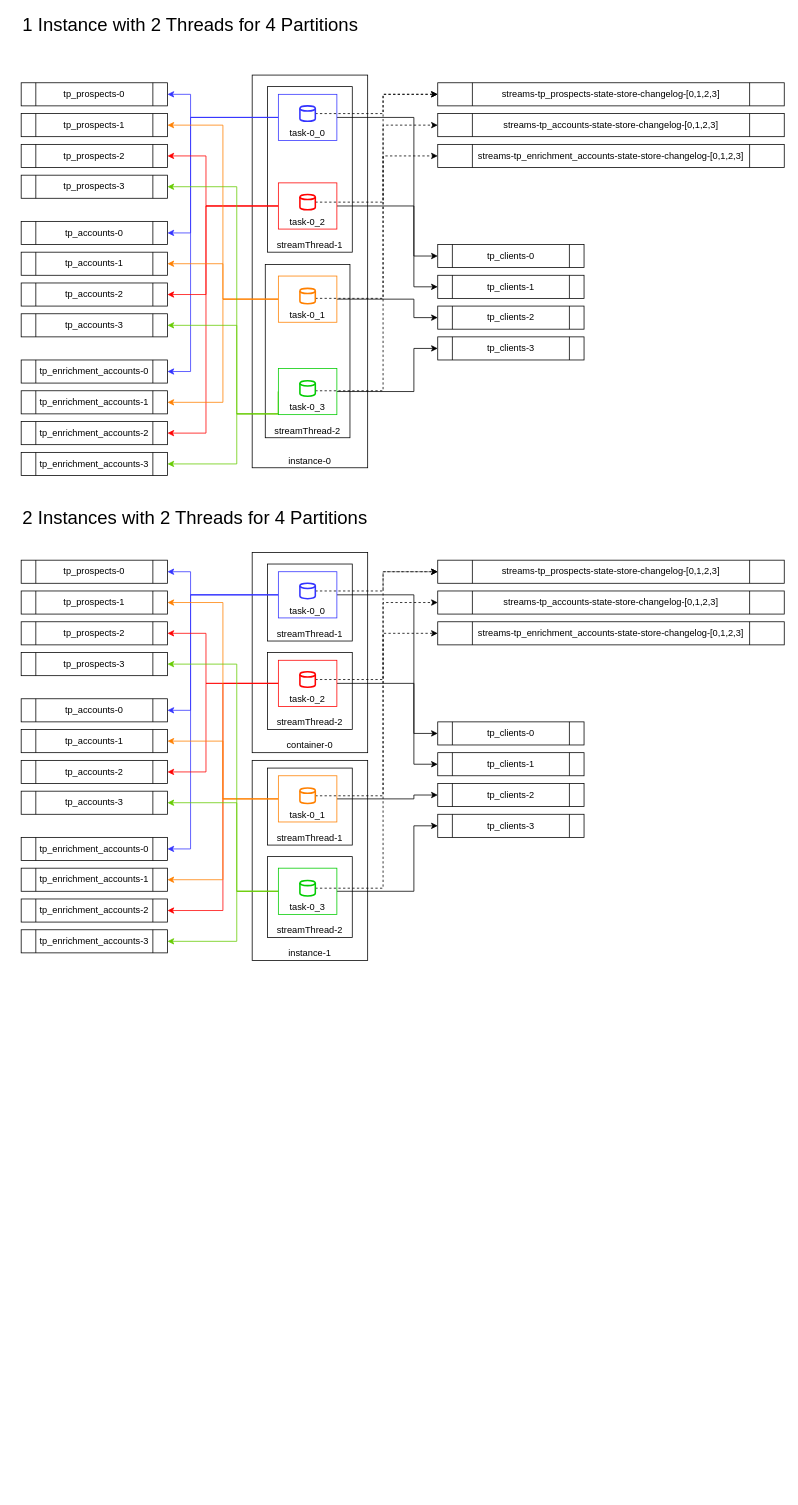
Before: docs/kafka-streams.drawio in augustoximenes/spring-cloud-streams_kafka-streams, a draw.io diagram. Source tidied: cells renumbered, new cells numbered last; positions are measured from the earlier drawing's top-left corner, leaving out a move shared by most shapes. Both pictures are drawn from the tidied source at 77%, with x=0, y=0 at pixel (21, 13).
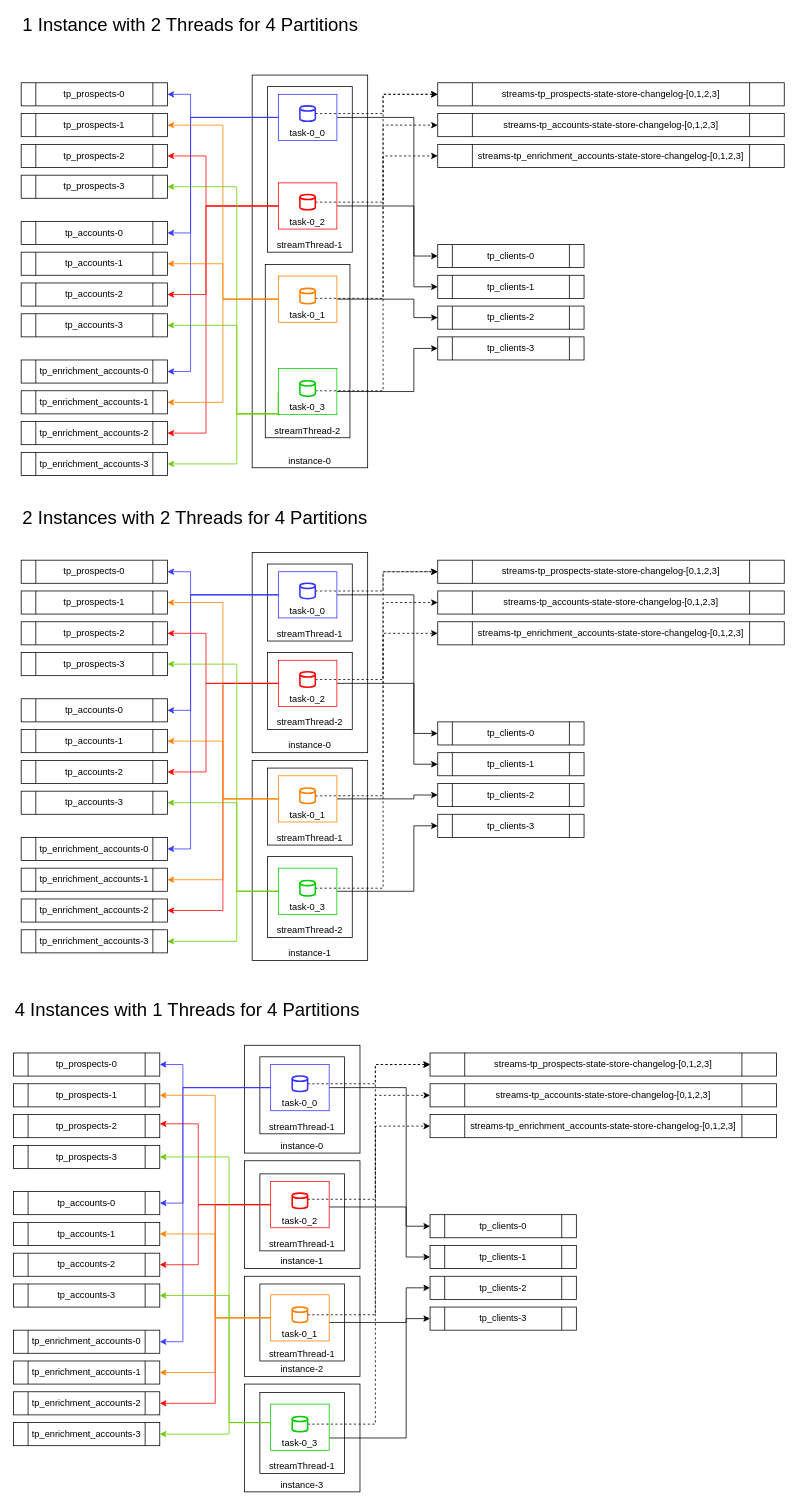
After the change.

Commit message (it also covers changes not shown here):
4 Instances with 1 Thread for 4 Partitions configured

The edit, as a diff of the source:
```diff
@@
+    <mxCell id="107" value="instance-3" style="rounded=0;whiteSpace=wrap;html=1;verticalAlign=bottom;" parent="1" vertex="1">
+      <mxGeometry x="290" y="1780" width="150" height="140" as="geometry" />
+    </mxCell>
+    <mxCell id="108" value="instance-1" style="rounded=0;whiteSpace=wrap;html=1;verticalAlign=bottom;" parent="1" vertex="1">
+      <mxGeometry x="290" y="1490" width="150" height="140" as="geometry" />
+    </mxCell>
@@
-    <mxCell id="64" value="container-0" style="rounded=0;whiteSpace=wrap;html=1;verticalAlign=bottom;" parent="1" vertex="1">
+    <mxCell id="64" value="instance-0" style="rounded=0;whiteSpace=wrap;html=1;verticalAlign=bottom;" parent="1" vertex="1">
       <mxGeometry x="300" y="700" width="150" height="260" as="geometry" />
     </mxCell>
@@
+    <mxCell id="109" value="tp_prospects-0" style="shape=process;whiteSpace=wrap;html=1;backgroundOutline=1;" parent="1" vertex="1">
+      <mxGeometry x="-10" y="1350" width="190" height="30" as="geometry" />
+    </mxCell>
+    <mxCell id="110" value="tp_prospects-1" style="shape=process;whiteSpace=wrap;html=1;backgroundOutline=1;" parent="1" vertex="1">
+      <mxGeometry x="-10" y="1390" width="190" height="30" as="geometry" />
+    </mxCell>
+    <mxCell id="111" value="tp_prospects-2" style="shape=process;whiteSpace=wrap;html=1;backgroundOutline=1;" parent="1" vertex="1">
+      <mxGeometry x="-10" y="1430" width="190" height="30" as="geometry" />
+    </mxCell>
+    <mxCell id="112" value="tp_prospects-3" style="shape=process;whiteSpace=wrap;html=1;backgroundOutline=1;" parent="1" vertex="1">
+      <mxGeometry x="-10" y="1470" width="190" height="30" as="geometry" />
+    </mxCell>
+    <mxCell id="113" value="tp_accounts-0" style="shape=process;whiteSpace=wrap;html=1;backgroundOutline=1;" parent="1" vertex="1">
+      <mxGeometry x="-10" y="1530" width="190" height="30" as="geometry" />
+    </mxCell>
+    <mxCell id="114" value="tp_accounts-1" style="shape=process;whiteSpace=wrap;html=1;backgroundOutline=1;" parent="1" vertex="1">
+      <mxGeometry x="-10" y="1570" width="190" height="30" as="geometry" />
+    </mxCell>
+    <mxCell id="115" value="tp_accounts-2" style="shape=process;whiteSpace=wrap;html=1;backgroundOutline=1;" parent="1" vertex="1">
+      <mxGeometry x="-10" y="1610" width="190" height="30" as="geometry" />
+    </mxCell>
+    <mxCell id="116" value="tp_accounts-3" style="shape=process;whiteSpace=wrap;html=1;backgroundOutline=1;" parent="1" vertex="1">
+      <mxGeometry x="-10" y="1650" width="190" height="30" as="geometry" />
+    </mxCell>
+    <mxCell id="117" value="tp_enrichment_accounts-0" style="shape=process;whiteSpace=wrap;html=1;backgroundOutline=1;" parent="1" vertex="1">
+      <mxGeometry x="-10" y="1710" width="190" height="30" as="geometry" />
+    </mxCell>
+    <mxCell id="118" value="tp_enrichment_accounts-1" style="shape=process;whiteSpace=wrap;html=1;backgroundOutline=1;" parent="1" vertex="1">
+      <mxGeometry x="-10" y="1750" width="190" height="30" as="geometry" />
+    </mxCell>
+    <mxCell id="119" value="tp_enrichment_accounts-2" style="shape=process;whiteSpace=wrap;html=1;backgroundOutline=1;" parent="1" vertex="1">
+      <mxGeometry x="-10" y="1790" width="190" height="30" as="geometry" />
+    </mxCell>
+    <mxCell id="120" value="tp_enrichment_accounts-3" style="shape=process;whiteSpace=wrap;html=1;backgroundOutline=1;" parent="1" vertex="1">
+      <mxGeometry x="-10" y="1830" width="190" height="30" as="geometry" />
+    </mxCell>
+    <mxCell id="121" value="instance-0" style="rounded=0;whiteSpace=wrap;html=1;verticalAlign=bottom;" parent="1" vertex="1">
+      <mxGeometry x="290" y="1340" width="150" height="140" as="geometry" />
+    </mxCell>
+    <mxCell id="122" value="streamThread-1" style="rounded=0;whiteSpace=wrap;html=1;verticalAlign=bottom;" parent="1" vertex="1">
+      <mxGeometry x="310" y="1355" width="110" height="100" as="geometry" />
+    </mxCell>
+    <mxCell id="123" style="edgeStyle=orthogonalEdgeStyle;rounded=0;jettySize=auto;html=1;entryX=1;entryY=0.5;entryDx=0;entryDy=0;strokeColor=#3333FF;exitX=0;exitY=0.5;exitDx=0;exitDy=0;" parent="1" edge="1" source="127" target="109">
+      <mxGeometry relative="1" as="geometry">
+        <Array as="points">
+          <mxPoint x="210" y="1395" />
+          <mxPoint x="210" y="1365" />
+        </Array>
+      </mxGeometry>
+    </mxCell>
+    <mxCell id="124" style="edgeStyle=orthogonalEdgeStyle;rounded=0;jettySize=auto;html=1;entryX=1;entryY=0.5;entryDx=0;entryDy=0;strokeColor=#3333FF;exitX=0;exitY=0.5;exitDx=0;exitDy=0;" parent="1" edge="1" source="127" target="113">
+      <mxGeometry relative="1" as="geometry">
+        <Array as="points">
+          <mxPoint x="210" y="1395" />
+          <mxPoint x="210" y="1545" />
+        </Array>
+      </mxGeometry>
+    </mxCell>
+    <mxCell id="125" style="edgeStyle=orthogonalEdgeStyle;rounded=0;jettySize=auto;html=1;entryX=1;entryY=0.5;entryDx=0;entryDy=0;strokeColor=#3333FF;exitX=0;exitY=0.5;exitDx=0;exitDy=0;" parent="1" edge="1" source="127" target="117">
+      <mxGeometry relative="1" as="geometry">
+        <Array as="points">
+          <mxPoint x="210" y="1395" />
+          <mxPoint x="210" y="1725" />
+        </Array>
+      </mxGeometry>
+    </mxCell>
+    <mxCell id="126" style="edgeStyle=orthogonalEdgeStyle;rounded=0;jettySize=auto;html=1;entryX=0;entryY=0.5;entryDx=0;entryDy=0;fontColor=#0000CC;strokeColor=#000000;" parent="1" edge="1" source="127" target="147">
+      <mxGeometry relative="1" as="geometry">
+        <Array as="points">
+          <mxPoint x="500" y="1395" />
+          <mxPoint x="500" y="1575" />
+        </Array>
+      </mxGeometry>
+    </mxCell>
+    <mxCell id="127" value="task-0_0" style="rounded=0;whiteSpace=wrap;html=1;verticalAlign=bottom;strokeColor=#3333FF;" parent="1" vertex="1">
+      <mxGeometry x="324" y="1365" width="76" height="60" as="geometry" />
+    </mxCell>
+    <mxCell id="128" value="streamThread-1" style="rounded=0;whiteSpace=wrap;html=1;verticalAlign=bottom;" parent="1" vertex="1">
+      <mxGeometry x="310" y="1507" width="110" height="100" as="geometry" />
+    </mxCell>
+    <mxCell id="129" style="edgeStyle=orthogonalEdgeStyle;rounded=0;orthogonalLoop=1;jettySize=auto;html=1;entryX=1;entryY=0.5;entryDx=0;entryDy=0;fontColor=#0000CC;strokeColor=#FF0000;exitX=0;exitY=0.5;exitDx=0;exitDy=0;" parent="1" edge="1">
+      <mxGeometry relative="1" as="geometry">
+        <mxPoint x="324" y="1544" as="sourcePoint" />
+        <mxPoint x="180" y="1442" as="targetPoint" />
+        <Array as="points">
+          <mxPoint x="324" y="1547" />
+          <mxPoint x="230" y="1547" />
+          <mxPoint x="230" y="1442" />
+        </Array>
+      </mxGeometry>
+    </mxCell>
+    <mxCell id="130" style="edgeStyle=orthogonalEdgeStyle;rounded=0;jettySize=auto;html=1;entryX=1;entryY=0.5;entryDx=0;entryDy=0;fontColor=#0000CC;strokeColor=#FF0000;exitX=0;exitY=0.5;exitDx=0;exitDy=0;" parent="1" edge="1" source="133" target="115">
+      <mxGeometry relative="1" as="geometry">
+        <Array as="points">
+          <mxPoint x="230" y="1547" />
+          <mxPoint x="230" y="1625" />
+        </Array>
+      </mxGeometry>
+    </mxCell>
+    <mxCell id="131" style="edgeStyle=orthogonalEdgeStyle;rounded=0;jettySize=auto;html=1;entryX=0;entryY=0.5;entryDx=0;entryDy=0;fontColor=#0000CC;strokeColor=#000000;" parent="1" edge="1" source="133" target="148">
+      <mxGeometry relative="1" as="geometry">
+        <Array as="points">
+          <mxPoint x="500" y="1550" />
+          <mxPoint x="500" y="1615" />
+        </Array>
+      </mxGeometry>
+    </mxCell>
+    <mxCell id="132" style="edgeStyle=orthogonalEdgeStyle;rounded=0;jettySize=auto;html=1;entryX=1;entryY=0.5;entryDx=0;entryDy=0;fontSize=24;strokeColor=#FF0000;" parent="1" edge="1" source="133" target="119">
+      <mxGeometry relative="1" as="geometry" />
+    </mxCell>
+    <mxCell id="133" value="task-0_2" style="rounded=0;whiteSpace=wrap;html=1;verticalAlign=bottom;strokeColor=#FF0000;" parent="1" vertex="1">
+      <mxGeometry x="324" y="1517" width="76" height="60" as="geometry" />
+    </mxCell>
+    <mxCell id="134" value="instance-2" style="rounded=0;whiteSpace=wrap;html=1;verticalAlign=bottom;" parent="1" vertex="1">
+      <mxGeometry x="290" y="1640" width="150" height="130" as="geometry" />
+    </mxCell>
+    <mxCell id="135" value="streamThread-1" style="rounded=0;whiteSpace=wrap;html=1;verticalAlign=bottom;" parent="1" vertex="1">
+      <mxGeometry x="310" y="1650" width="110" height="100" as="geometry" />
+    </mxCell>
+    <mxCell id="136" style="edgeStyle=orthogonalEdgeStyle;rounded=0;jettySize=auto;html=1;entryX=1;entryY=0.5;entryDx=0;entryDy=0;fontColor=#0000CC;strokeColor=#FF8000;" parent="1" edge="1" source="140" target="110">
+      <mxGeometry relative="1" as="geometry" />
+    </mxCell>
+    <mxCell id="137" style="edgeStyle=orthogonalEdgeStyle;rounded=0;jettySize=auto;html=1;entryX=1;entryY=0.5;entryDx=0;entryDy=0;fontColor=#0000CC;strokeColor=#FF8000;" parent="1" edge="1" source="140" target="114">
+      <mxGeometry relative="1" as="geometry" />
+    </mxCell>
+    <mxCell id="138" style="edgeStyle=orthogonalEdgeStyle;rounded=0;jettySize=auto;html=1;entryX=1;entryY=0.5;entryDx=0;entryDy=0;fontColor=#0000CC;strokeColor=#FF8000;" parent="1" edge="1" source="140" target="118">
+      <mxGeometry relative="1" as="geometry" />
+    </mxCell>
+    <mxCell id="139" style="edgeStyle=orthogonalEdgeStyle;rounded=0;jettySize=auto;html=1;entryX=0;entryY=0.5;entryDx=0;entryDy=0;fontColor=#0000CC;strokeColor=#000000;" parent="1" edge="1" source="140" target="149">
+      <mxGeometry relative="1" as="geometry">
+        <Array as="points">
+          <mxPoint x="500" y="1700" />
+          <mxPoint x="500" y="1655" />
+        </Array>
+      </mxGeometry>
+    </mxCell>
+    <mxCell id="140" value="task-0_1" style="rounded=0;whiteSpace=wrap;html=1;verticalAlign=bottom;strokeColor=#FF8000;" parent="1" vertex="1">
+      <mxGeometry x="324" y="1664" width="76" height="60" as="geometry" />
+    </mxCell>
+    <mxCell id="141" value="streamThread-1" style="rounded=0;whiteSpace=wrap;html=1;verticalAlign=bottom;" parent="1" vertex="1">
+      <mxGeometry x="310" y="1791" width="110" height="105" as="geometry" />
+    </mxCell>
+    <mxCell id="142" style="edgeStyle=orthogonalEdgeStyle;rounded=0;jettySize=auto;html=1;entryX=1;entryY=0.5;entryDx=0;entryDy=0;fontColor=#0000CC;strokeColor=#66CC00;exitX=0;exitY=0.5;exitDx=0;exitDy=0;" parent="1" edge="1" source="146" target="112">
+      <mxGeometry relative="1" as="geometry">
+        <Array as="points">
+          <mxPoint x="324" y="1830" />
+          <mxPoint x="270" y="1830" />
+          <mxPoint x="270" y="1485" />
+        </Array>
+      </mxGeometry>
+    </mxCell>
+    <mxCell id="143" style="edgeStyle=orthogonalEdgeStyle;rounded=0;jettySize=auto;html=1;entryX=1;entryY=0.5;entryDx=0;entryDy=0;fontColor=#0000CC;strokeColor=#66CC00;exitX=0;exitY=0.5;exitDx=0;exitDy=0;" parent="1" edge="1" source="146" target="116">
+      <mxGeometry relative="1" as="geometry">
+        <Array as="points">
+          <mxPoint x="324" y="1830" />
+          <mxPoint x="270" y="1830" />
+          <mxPoint x="270" y="1665" />
+        </Array>
+      </mxGeometry>
+    </mxCell>
+    <mxCell id="144" style="edgeStyle=orthogonalEdgeStyle;rounded=0;jettySize=auto;html=1;entryX=1;entryY=0.5;entryDx=0;entryDy=0;fontColor=#0000CC;strokeColor=#66CC00;exitX=0;exitY=0.5;exitDx=0;exitDy=0;" parent="1" edge="1" source="146" target="120">
+      <mxGeometry relative="1" as="geometry">
+        <Array as="points">
+          <mxPoint x="324" y="1830" />
+          <mxPoint x="270" y="1830" />
+          <mxPoint x="270" y="1845" />
+        </Array>
+      </mxGeometry>
+    </mxCell>
+    <mxCell id="145" style="edgeStyle=orthogonalEdgeStyle;rounded=0;jettySize=auto;html=1;entryX=0;entryY=0.5;entryDx=0;entryDy=0;fontColor=#0000CC;strokeColor=#000000;" parent="1" edge="1" source="146" target="150">
+      <mxGeometry relative="1" as="geometry">
+        <Array as="points">
+          <mxPoint x="500" y="1850" />
+          <mxPoint x="500" y="1695" />
+        </Array>
+      </mxGeometry>
+    </mxCell>
+    <mxCell id="146" value="task-0_3" style="rounded=0;whiteSpace=wrap;html=1;verticalAlign=bottom;strokeColor=#00CC00;" parent="1" vertex="1">
+      <mxGeometry x="324" y="1806" width="76" height="60" as="geometry" />
+    </mxCell>
+    <mxCell id="147" value="tp_clients-0" style="shape=process;whiteSpace=wrap;html=1;backgroundOutline=1;" parent="1" vertex="1">
+      <mxGeometry x="531" y="1560" width="190" height="30" as="geometry" />
+    </mxCell>
+    <mxCell id="148" value="tp_clients-1" style="shape=process;whiteSpace=wrap;html=1;backgroundOutline=1;" parent="1" vertex="1">
+      <mxGeometry x="531" y="1600" width="190" height="30" as="geometry" />
+    </mxCell>
+    <mxCell id="149" value="tp_clients-2" style="shape=process;whiteSpace=wrap;html=1;backgroundOutline=1;" parent="1" vertex="1">
+      <mxGeometry x="531" y="1640" width="190" height="30" as="geometry" />
+    </mxCell>
+    <mxCell id="150" value="tp_clients-3" style="shape=process;whiteSpace=wrap;html=1;backgroundOutline=1;" parent="1" vertex="1">
+      <mxGeometry x="531" y="1680" width="190" height="30" as="geometry" />
+    </mxCell>
+    <mxCell id="151" style="edgeStyle=orthogonalEdgeStyle;rounded=0;jettySize=auto;html=1;entryX=0;entryY=0.5;entryDx=0;entryDy=0;dashed=1;fontColor=#0000CC;strokeColor=#000000;" parent="1" edge="1" source="152" target="159">
+      <mxGeometry relative="1" as="geometry">
+        <Array as="points">
+          <mxPoint x="460" y="1390" />
+          <mxPoint x="460" y="1365" />
+        </Array>
+      </mxGeometry>
+    </mxCell>
+    <mxCell id="152" style="strokeWidth=2;html=1;shape=mxgraph.flowchart.database;whiteSpace=wrap;fontColor=#0000CC;strokeColor=#3333FF;" parent="1" vertex="1">
+      <mxGeometry x="352" y="1380" width="20" height="20" as="geometry" />
+    </mxCell>
+    <mxCell id="153" style="edgeStyle=orthogonalEdgeStyle;rounded=0;jettySize=auto;html=1;entryX=0;entryY=0.5;entryDx=0;entryDy=0;fontColor=#0000CC;strokeColor=#000000;dashed=1;" parent="1" edge="1" source="154" target="160">
+      <mxGeometry relative="1" as="geometry">
+        <Array as="points">
+          <mxPoint x="460" y="1540" />
+          <mxPoint x="460" y="1405" />
+        </Array>
+      </mxGeometry>
+    </mxCell>
+    <mxCell id="154" style="strokeWidth=2;html=1;shape=mxgraph.flowchart.database;whiteSpace=wrap;fontColor=#0000CC;strokeColor=#FF0000;" parent="1" vertex="1">
+      <mxGeometry x="352" y="1532" width="20" height="20" as="geometry" />
+    </mxCell>
+    <mxCell id="155" style="edgeStyle=orthogonalEdgeStyle;rounded=0;jettySize=auto;html=1;entryX=0;entryY=0.5;entryDx=0;entryDy=0;dashed=1;fontColor=#0000CC;strokeColor=#000000;" parent="1" edge="1" source="156" target="159">
+      <mxGeometry relative="1" as="geometry">
+        <Array as="points">
+          <mxPoint x="460" y="1690" />
+          <mxPoint x="460" y="1365" />
+        </Array>
+      </mxGeometry>
+    </mxCell>
+    <mxCell id="156" style="strokeWidth=2;html=1;shape=mxgraph.flowchart.database;whiteSpace=wrap;fontColor=#0000CC;strokeColor=#FF8000;" parent="1" vertex="1">
+      <mxGeometry x="352" y="1680" width="20" height="20" as="geometry" />
+    </mxCell>
+    <mxCell id="157" style="edgeStyle=orthogonalEdgeStyle;rounded=0;jettySize=auto;html=1;entryX=0;entryY=0.5;entryDx=0;entryDy=0;dashed=1;fontColor=#0000CC;strokeColor=#000000;" parent="1" edge="1" source="158" target="161">
+      <mxGeometry relative="1" as="geometry">
+        <Array as="points">
+          <mxPoint x="460" y="1832" />
+          <mxPoint x="460" y="1445" />
+        </Array>
+      </mxGeometry>
+    </mxCell>
+    <mxCell id="158" style="strokeWidth=2;html=1;shape=mxgraph.flowchart.database;whiteSpace=wrap;fontColor=#0000CC;strokeColor=#00CC00;" parent="1" vertex="1">
+      <mxGeometry x="352" y="1822" width="20" height="20" as="geometry" />
+    </mxCell>
+    <mxCell id="159" value="streams-tp_prospects-state-store-changelog-[0,1,2,3]" style="shape=process;whiteSpace=wrap;html=1;backgroundOutline=1;" parent="1" vertex="1">
+      <mxGeometry x="531" y="1350" width="450" height="30" as="geometry" />
+    </mxCell>
+    <mxCell id="160" value="streams-tp_accounts-state-store-changelog-[0,1,2,3]" style="shape=process;whiteSpace=wrap;html=1;backgroundOutline=1;" parent="1" vertex="1">
+      <mxGeometry x="531" y="1390" width="450" height="30" as="geometry" />
+    </mxCell>
+    <mxCell id="161" value="streams-tp_enrichment_accounts-state-store-changelog-[0,1,2,3]" style="shape=process;whiteSpace=wrap;html=1;backgroundOutline=1;" parent="1" vertex="1">
+      <mxGeometry x="531" y="1430" width="450" height="30" as="geometry" />
+    </mxCell>
+    <mxCell id="162" value="4 Instances with 1 Threads&amp;nbsp;for 4 Partitions" style="text;html=1;strokeColor=none;fillColor=none;align=left;verticalAlign=middle;whiteSpace=wrap;rounded=0;fontSize=24;fontStyle=0;" parent="1" vertex="1">
+      <mxGeometry x="-10" y="1280" width="580" height="30" as="geometry" />
+    </mxCell>
```
